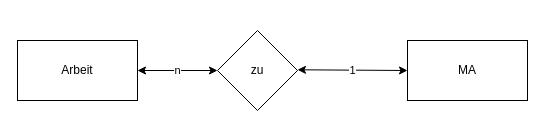
Earlier version of the draw.io diagram veranstaltung.drawio (PythonPokemon/Draw.io). Source tidied: cells renumbered, new cells numbered last; positions are measured from the earlier drawing's top-left corner, leaving out a move shared by most shapes. Both pictures are drawn from the tidied source at 100%, with x=0, y=0 at pixel (17, 30).
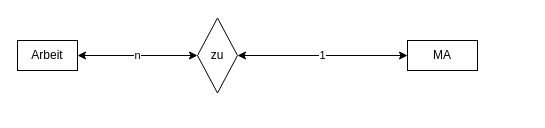
After the change.

What changed in the source:
```diff
@@
 <mxGraphModel>
   <root>
     <mxCell id="0" />
     <mxCell id="1" parent="0" />
     <mxCell id="2" value="Arbeit" style="rounded=0;whiteSpace=wrap;html=1;" parent="1" vertex="1">
-      <mxGeometry y="10" width="120" height="60" as="geometry" />
+      <mxGeometry y="10" width="60" height="30" as="geometry" />
     </mxCell>
     <mxCell id="3" value="zu" style="rhombus;whiteSpace=wrap;html=1;" parent="1" vertex="1">
-      <mxGeometry x="200" width="80" height="80" as="geometry" />
+      <mxGeometry x="180" y="-12.5" width="40" height="75" as="geometry" />
     </mxCell>
     <mxCell id="4" value="MA" style="rounded=0;whiteSpace=wrap;html=1;" parent="1" vertex="1">
-      <mxGeometry x="390" y="10" width="120" height="60" as="geometry" />
+      <mxGeometry x="390" y="10" width="70" height="30" as="geometry" />
     </mxCell>
     <mxCell id="5" value="n" style="endArrow=classic;startArrow=classic;html=1;exitX=1;exitY=0.5;exitDx=0;exitDy=0;entryX=0;entryY=0.5;entryDx=0;entryDy=0;" parent="1" edge="1" source="2" target="3">
       <mxGeometry relative="1" as="geometry" />
     </mxCell>
-    <mxCell id="6" value="1" style="endArrow=classic;startArrow=classic;html=1;exitX=1;exitY=0.5;exitDx=0;exitDy=0;entryX=0;entryY=0.5;entryDx=0;entryDy=0;" parent="1" edge="1" target="4">
-      <mxGeometry relative="1" as="geometry">
-        <mxPoint x="280" y="39.3" as="sourcePoint" />
-      </mxGeometry>
+    <mxCell id="6" value="1" style="endArrow=classic;startArrow=classic;html=1;exitX=1;exitY=0.5;exitDx=0;exitDy=0;entryX=0;entryY=0.5;entryDx=0;entryDy=0;" parent="1" edge="1" source="3" target="4">
+      <mxGeometry relative="1" as="geometry" />
     </mxCell>
   </root>
 </mxGraphModel>
```
